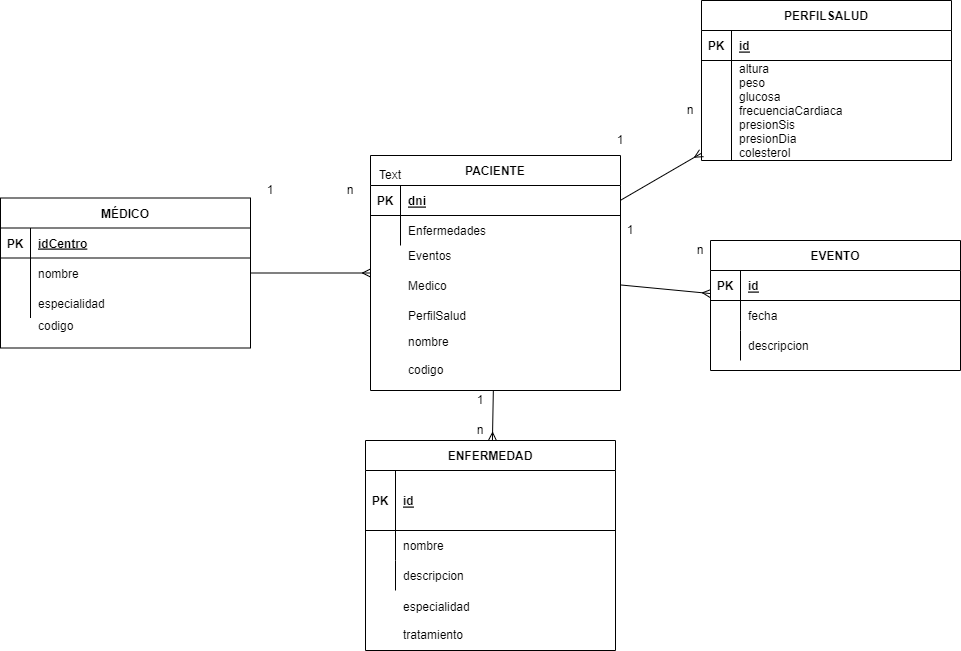
Juancavr6/E-Care_WebProject keeps this draw.io diagram as modelado_clases/ER_ing_web.drawio.png. Above is the earlier version. Source tidied: cells renumbered, new cells last; positions are measured from the earlier drawing's top-left corner, leaving out a move shared by most shapes.
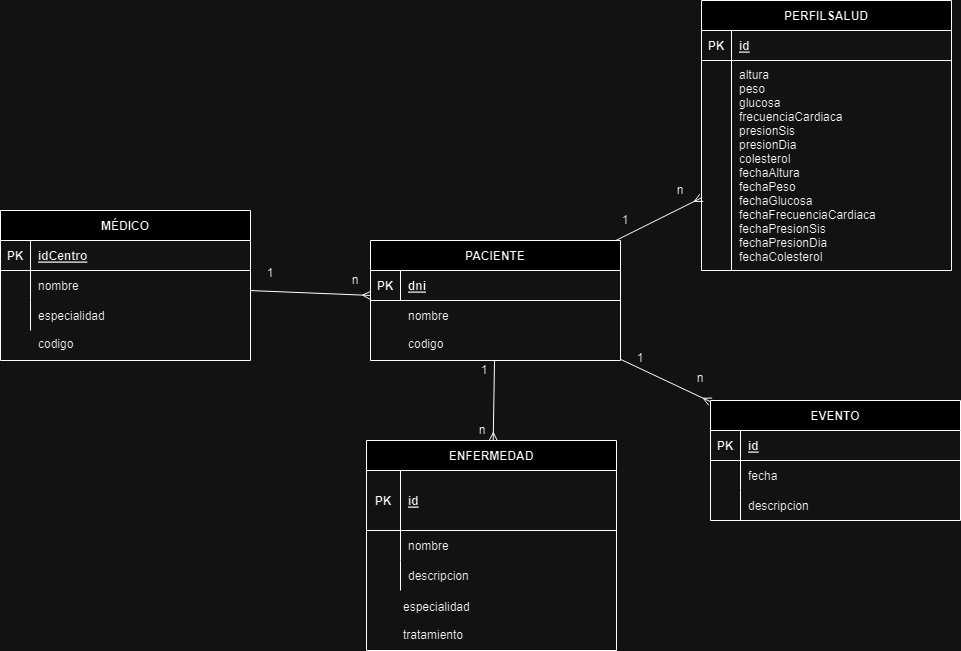
Later version of the same file.

Commit message:
Correccion diagrama entidad relacion

The edit, as a diff of the source:
```diff
@@ -3,7 +3,7 @@
     <mxCell id="0" />
     <mxCell id="1" parent="0" />
     <mxCell id="2" value="PERFILSALUD" style="shape=table;startSize=30;rowLines=0;fontStyle=1;align=center;" parent="1" vertex="1">
-      <mxGeometry x="701" width="250" height="160" as="geometry" />
+      <mxGeometry x="701" width="250" height="270" as="geometry" />
     </mxCell>
     <mxCell id="3" style="shape=partialRectangle;fillColor=none;top=0;left=0;right=0;bottom=1;" parent="2" vertex="1">
       <mxGeometry y="30" width="250" height="30" as="geometry" />
@@ -15,46 +15,46 @@
       <mxGeometry x="30" width="220" height="30" as="geometry" />
     </mxCell>
     <mxCell id="6" style="shape=partialRectangle;fillColor=none;top=0;left=0;right=0;bottom=0;" parent="2" vertex="1">
-      <mxGeometry y="60" width="250" height="100" as="geometry" />
+      <mxGeometry y="60" width="250" height="210" as="geometry" />
     </mxCell>
     <mxCell id="7" style="shape=partialRectangle;overflow=hidden;fillColor=none;top=0;left=0;bottom=0;right=0;" parent="6" vertex="1">
-      <mxGeometry width="30" height="100" as="geometry" />
+      <mxGeometry width="30" height="210" as="geometry" />
     </mxCell>
-    <mxCell id="8" value="altura&#10;peso&#10;glucosa&#10;frecuenciaCardiaca&#10;presionSis&#10;presionDia&#10;colesterol" style="shape=partialRectangle;overflow=hidden;fillColor=none;top=0;left=0;bottom=0;right=0;align=left;spacingLeft=6;" parent="6" vertex="1">
-      <mxGeometry x="30" width="220" height="100" as="geometry" />
+    <mxCell id="8" value="altura&#10;peso&#10;glucosa&#10;frecuenciaCardiaca&#10;presionSis&#10;presionDia&#10;colesterol&#10;fechaAltura&#10;fechaPeso&#10;fechaGlucosa&#10;fechaFrecuenciaCardiaca&#10;fechaPresionSis&#10;fechaPresionDia&#10;fechaColesterol" style="shape=partialRectangle;overflow=hidden;fillColor=none;top=0;left=0;bottom=0;right=0;align=left;spacingLeft=6;" parent="6" vertex="1">
+      <mxGeometry x="30" width="220" height="210" as="geometry" />
     </mxCell>
     <mxCell id="9" value="ENFERMEDAD" style="shape=table;startSize=30;rowLines=0;fontStyle=1;align=center;" parent="1" vertex="1">
-      <mxGeometry x="365" y="440" width="250" height="210" as="geometry" />
+      <mxGeometry x="366" y="440" width="250" height="210" as="geometry" />
     </mxCell>
     <mxCell id="10" style="shape=partialRectangle;fillColor=none;top=0;left=0;right=0;bottom=1;" parent="9" vertex="1">
       <mxGeometry y="30" width="250" height="60" as="geometry" />
     </mxCell>
     <mxCell id="11" value="PK" style="shape=partialRectangle;overflow=hidden;fillColor=none;top=0;left=0;bottom=0;right=0;fontStyle=1;" parent="10" vertex="1">
-      <mxGeometry width="30" height="60" as="geometry" />
+      <mxGeometry width="34" height="60" as="geometry" />
     </mxCell>
     <mxCell id="12" value="id" style="shape=partialRectangle;overflow=hidden;fillColor=none;top=0;left=0;bottom=0;right=0;align=left;spacingLeft=6;fontStyle=5;" parent="10" vertex="1">
-      <mxGeometry x="30" width="220" height="60" as="geometry" />
+      <mxGeometry x="34" width="216" height="60" as="geometry" />
     </mxCell>
     <mxCell id="13" style="shape=partialRectangle;fillColor=none;top=0;left=0;right=0;bottom=0;" parent="9" vertex="1">
       <mxGeometry y="90" width="250" height="30" as="geometry" />
     </mxCell>
     <mxCell id="14" style="shape=partialRectangle;overflow=hidden;fillColor=none;top=0;left=0;bottom=0;right=0;" parent="13" vertex="1">
-      <mxGeometry width="30" height="30" as="geometry" />
+      <mxGeometry width="34" height="30" as="geometry" />
     </mxCell>
     <mxCell id="15" value="nombre" style="shape=partialRectangle;overflow=hidden;fillColor=none;top=0;left=0;bottom=0;right=0;align=left;spacingLeft=6;" parent="13" vertex="1">
-      <mxGeometry x="30" width="220" height="30" as="geometry" />
+      <mxGeometry x="34" width="216" height="30" as="geometry" />
     </mxCell>
     <mxCell id="16" style="shape=partialRectangle;fillColor=none;top=0;left=0;right=0;bottom=0;" parent="9" vertex="1">
       <mxGeometry y="120" width="250" height="30" as="geometry" />
     </mxCell>
     <mxCell id="17" style="shape=partialRectangle;overflow=hidden;fillColor=none;top=0;left=0;bottom=0;right=0;" parent="16" vertex="1">
-      <mxGeometry width="30" height="30" as="geometry" />
+      <mxGeometry width="34" height="30" as="geometry" />
     </mxCell>
     <mxCell id="18" value="descripcion" style="shape=partialRectangle;overflow=hidden;fillColor=none;top=0;left=0;bottom=0;right=0;align=left;spacingLeft=6;" parent="16" vertex="1">
-      <mxGeometry x="30" width="220" height="30" as="geometry" />
+      <mxGeometry x="34" width="216" height="30" as="geometry" />
     </mxCell>
     <mxCell id="19" value="PACIENTE" style="shape=table;startSize=30;rowLines=0;fontStyle=1;align=center;" parent="1" vertex="1">
-      <mxGeometry x="370" y="155" width="250" height="235" as="geometry" />
+      <mxGeometry x="370" y="240" width="250" height="120" as="geometry" />
     </mxCell>
     <mxCell id="20" style="shape=partialRectangle;fillColor=none;top=0;left=0;right=0;bottom=1;" parent="19" vertex="1">
       <mxGeometry y="30" width="250" height="30" as="geometry" />
@@ -65,17 +65,8 @@
     <mxCell id="22" value="dni" style="shape=partialRectangle;overflow=hidden;fillColor=none;top=0;left=0;bottom=0;right=0;align=left;spacingLeft=6;fontStyle=5;" parent="20" vertex="1">
       <mxGeometry x="30" width="220" height="30" as="geometry" />
     </mxCell>
-    <mxCell id="23" style="shape=partialRectangle;fillColor=none;top=0;left=0;right=0;bottom=0;" parent="19" vertex="1">
-      <mxGeometry y="60" width="250" height="30" as="geometry" />
-    </mxCell>
-    <mxCell id="24" style="shape=partialRectangle;overflow=hidden;fillColor=none;top=0;left=0;bottom=0;right=0;" parent="23" vertex="1">
-      <mxGeometry width="30" height="30" as="geometry" />
-    </mxCell>
-    <mxCell id="25" value="Enfermedades" style="shape=partialRectangle;overflow=hidden;fillColor=none;top=0;left=0;bottom=0;right=0;align=left;spacingLeft=6;" parent="23" vertex="1">
-      <mxGeometry x="30" width="220" height="30" as="geometry" />
-    </mxCell>
     <mxCell id="26" value="EVENTO" style="shape=table;startSize=30;rowLines=0;fontStyle=1;align=center;" parent="1" vertex="1">
-      <mxGeometry x="710" y="240" width="250" height="130" as="geometry" />
+      <mxGeometry x="710" y="400" width="250" height="120" as="geometry" />
     </mxCell>
     <mxCell id="27" style="shape=partialRectangle;fillColor=none;top=0;left=0;right=0;bottom=1;" parent="26" vertex="1">
       <mxGeometry y="30" width="250" height="30" as="geometry" />
@@ -105,7 +96,7 @@
       <mxGeometry x="30" width="220" height="30" as="geometry" />
     </mxCell>
     <mxCell id="36" value="MÉDICO" style="shape=table;startSize=30;rowLines=0;fontStyle=1;align=center;" parent="1" vertex="1">
-      <mxGeometry y="197.5" width="250" height="150" as="geometry" />
+      <mxGeometry y="210" width="250" height="150" as="geometry" />
     </mxCell>
     <mxCell id="37" style="shape=partialRectangle;fillColor=none;top=0;left=0;right=0;bottom=1;" parent="36" vertex="1">
       <mxGeometry y="30" width="250" height="30" as="geometry" />
@@ -146,38 +137,32 @@
     <mxCell id="49" style="endArrow=ERmany;html=1;rounded=0;endFill=0;" parent="1" edge="1" source="19" target="9">
       <mxGeometry relative="1" as="geometry" />
     </mxCell>
-    <mxCell id="50" value="Text" style="text;html=1;strokeColor=none;fillColor=none;align=center;verticalAlign=middle;whiteSpace=wrap;rounded=0;" parent="1" vertex="1">
-      <mxGeometry x="360" y="160" width="60" height="30" as="geometry" />
-    </mxCell>
     <mxCell id="51" value="1" style="text;html=1;strokeColor=none;fillColor=none;align=center;verticalAlign=middle;whiteSpace=wrap;rounded=0;" parent="1" vertex="1">
-      <mxGeometry x="260" y="180" width="20" height="20" as="geometry" />
+      <mxGeometry x="260" y="262.5" width="20" height="20" as="geometry" />
     </mxCell>
     <mxCell id="52" value="n" style="text;html=1;strokeColor=none;fillColor=none;align=center;verticalAlign=middle;whiteSpace=wrap;rounded=0;" parent="1" vertex="1">
-      <mxGeometry x="340" y="180" width="20" height="20" as="geometry" />
+      <mxGeometry x="345" y="270" width="20" height="20" as="geometry" />
     </mxCell>
     <mxCell id="53" value="n" style="text;html=1;strokeColor=none;fillColor=none;align=center;verticalAlign=middle;whiteSpace=wrap;rounded=0;" parent="1" vertex="1">
-      <mxGeometry x="680" y="100" width="20" height="20" as="geometry" />
+      <mxGeometry x="670" y="180" width="20" height="20" as="geometry" />
     </mxCell>
     <mxCell id="54" value="n" style="text;html=1;strokeColor=none;fillColor=none;align=center;verticalAlign=middle;whiteSpace=wrap;rounded=0;" parent="1" vertex="1">
-      <mxGeometry x="690" y="240" width="20" height="20" as="geometry" />
+      <mxGeometry x="690" y="367.5" width="20" height="20" as="geometry" />
     </mxCell>
     <mxCell id="55" value="1" style="text;html=1;strokeColor=none;fillColor=none;align=center;verticalAlign=middle;whiteSpace=wrap;rounded=0;" parent="1" vertex="1">
-      <mxGeometry x="470" y="390" width="20" height="20" as="geometry" />
+      <mxGeometry x="474" y="360" width="20" height="20" as="geometry" />
     </mxCell>
     <mxCell id="56" value="n" style="text;html=1;strokeColor=none;fillColor=none;align=center;verticalAlign=middle;whiteSpace=wrap;rounded=0;" parent="1" vertex="1">
-      <mxGeometry x="470" y="420" width="20" height="20" as="geometry" />
+      <mxGeometry x="472" y="420" width="20" height="20" as="geometry" />
     </mxCell>
     <mxCell id="57" value="1" style="text;html=1;strokeColor=none;fillColor=none;align=center;verticalAlign=middle;whiteSpace=wrap;rounded=0;" parent="1" vertex="1">
-      <mxGeometry x="610" y="130" width="20" height="20" as="geometry" />
+      <mxGeometry x="615" y="210" width="20" height="20" as="geometry" />
     </mxCell>
     <mxCell id="58" value="1" style="text;html=1;strokeColor=none;fillColor=none;align=center;verticalAlign=middle;whiteSpace=wrap;rounded=0;" parent="1" vertex="1">
-      <mxGeometry x="620" y="220" width="20" height="20" as="geometry" />
+      <mxGeometry x="630" y="347.5" width="20" height="20" as="geometry" />
     </mxCell>
-    <mxCell id="59" value="Eventos" style="shape=partialRectangle;overflow=hidden;fillColor=none;top=0;left=0;bottom=0;right=0;align=left;spacingLeft=6;" parent="1" vertex="1">
-      <mxGeometry x="400" y="240" width="220" height="30" as="geometry" />
-    </mxCell>
     <mxCell id="60" value="codigo" style="shape=partialRectangle;overflow=hidden;fillColor=none;top=0;left=0;bottom=0;right=0;align=left;spacingLeft=6;" parent="1" vertex="1">
-      <mxGeometry x="30" y="310" width="220" height="30" as="geometry" />
+      <mxGeometry x="30" y="328" width="220" height="30" as="geometry" />
     </mxCell>
     <mxCell id="61" style="shape=partialRectangle;fillColor=none;top=0;left=0;right=0;bottom=0;" parent="1" vertex="1">
       <mxGeometry x="365" y="590" width="250" height="60" as="geometry" />
@@ -188,14 +173,8 @@
     <mxCell id="63" value="especialidad&#10;&#10;tratamiento" style="shape=partialRectangle;overflow=hidden;fillColor=none;top=0;left=0;bottom=0;right=0;align=left;spacingLeft=6;" parent="61" vertex="1">
       <mxGeometry x="30" width="220" height="60" as="geometry" />
     </mxCell>
-    <mxCell id="64" value="Medico" style="shape=partialRectangle;overflow=hidden;fillColor=none;top=0;left=0;bottom=0;right=0;align=left;spacingLeft=6;" parent="1" vertex="1">
-      <mxGeometry x="400" y="270" width="220" height="30" as="geometry" />
-    </mxCell>
-    <mxCell id="65" value="PerfilSalud" style="shape=partialRectangle;overflow=hidden;fillColor=none;top=0;left=0;bottom=0;right=0;align=left;spacingLeft=6;" parent="1" vertex="1">
-      <mxGeometry x="400" y="300" width="220" height="30" as="geometry" />
-    </mxCell>
     <mxCell id="66" value="nombre&#10;&#10;codigo" style="shape=partialRectangle;overflow=hidden;fillColor=none;top=0;left=0;bottom=0;right=0;align=left;spacingLeft=6;" parent="1" vertex="1">
-      <mxGeometry x="400" y="330" width="220" height="50" as="geometry" />
+      <mxGeometry x="400" y="304" width="220" height="50" as="geometry" />
     </mxCell>
   </root>
 </mxGraphModel>
```
